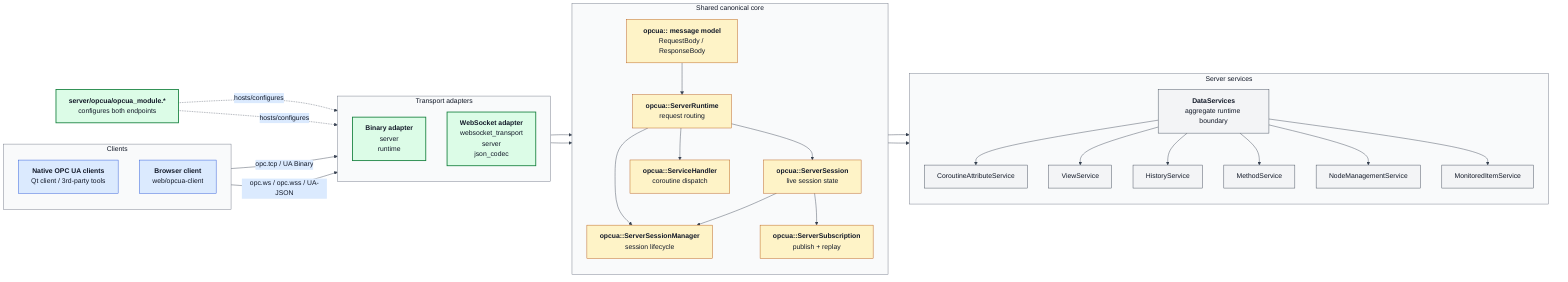
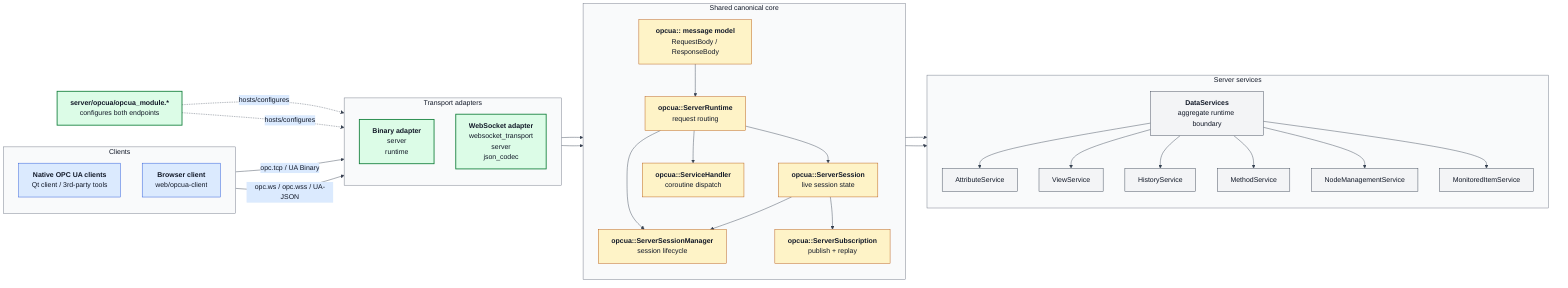
%%{init: {
  'theme': 'base',
  'themeVariables': {
    'background': '#ffffff',
    'primaryColor': '#f3f4f6',
    'primaryBorderColor': '#374151',
    'primaryTextColor': '#111827',
    'secondaryColor': '#dbeafe',
    'secondaryBorderColor': '#1d4ed8',
    'secondaryTextColor': '#111827',
    'tertiaryColor': '#dcfce7',
    'tertiaryBorderColor': '#15803d',
    'tertiaryTextColor': '#111827',
    'lineColor': '#374151',
    'defaultLinkColor': '#374151',
    'clusterBkg': '#f9fafb',
    'clusterBorder': '#6b7280',
    'titleColor': '#111827'
  },
  'flowchart': {'htmlLabels': true}
}}%%
flowchart LR
    subgraph Clients["Clients"]
        direction TB
        NATIVE["<b>Native OPC UA clients</b><br/>Qt client / 3rd-party tools"]
        BROWSER["<b>Browser client</b><br/>web/opcua-client"]
    end

    subgraph Adapters["Transport adapters"]
        direction TB
        BIN["<b>Binary adapter</b><br/>server<br/>runtime"]
        WS["<b>WebSocket adapter</b><br/>websocket_transport<br/>server<br/>json_codec"]
    end

    subgraph Core["Shared canonical core"]
        direction TB
        MSG["<b>opcua:: message model</b><br/>RequestBody / ResponseBody"]
        RT["<b>opcua::ServerRuntime</b><br/>request routing"]
        SMGR["<b>opcua::ServerSessionManager</b><br/>session lifecycle"]
        SESS["<b>opcua::ServerSession</b><br/>live session state"]
        SUB["<b>opcua::ServerSubscription</b><br/>publish + replay"]
        HANDLER["<b>opcua::ServiceHandler</b><br/>coroutine dispatch"]
    end

    subgraph Services["Server services"]
        direction TB
        CTX["<b>DataServices</b><br/>aggregate runtime boundary"]
-         ATTR["CoroutineAttributeService"]
+         ATTR["AttributeService"]
        VIEW["ViewService"]
        HIST["HistoryService"]
        METH["MethodService"]
        NODE["NodeManagementService"]
        MON["MonitoredItemService"]
    end

    MOD["<b>server/opcua/opcua_module.*</b><br/>configures both endpoints"]

    NATIVE -->|opc.tcp / UA Binary| BIN
    BROWSER -->|opc.ws / opc.wss / UA-JSON| WS

    BIN --> MSG
    WS --> MSG
    MSG --> RT
    RT --> SMGR
    RT --> SESS
    RT --> HANDLER
    SESS --> SUB
    SESS --> SMGR
    HANDLER --> CTX
    SMGR --> CTX
    CTX --> ATTR
    CTX --> VIEW
    CTX --> HIST
    CTX --> METH
    CTX --> NODE
    CTX --> MON

    MOD -.hosts/configures.-> BIN
    MOD -.hosts/configures.-> WS

    classDef clientStyle fill:#dbeafe,stroke:#1d4ed8,color:#111827
    classDef adapterStyle fill:#dcfce7,stroke:#15803d,color:#111827,stroke-width:2px
    classDef coreStyle fill:#fef3c7,stroke:#b45309,color:#111827
    classDef serviceStyle fill:#f3f4f6,stroke:#374151,color:#111827
    class NATIVE,BROWSER clientStyle
    class BIN,WS,MOD adapterStyle
    class MSG,RT,SMGR,SESS,SUB,HANDLER coreStyle
    class CTX,ATTR,VIEW,HIST,METH,NODE,MON serviceStyle
